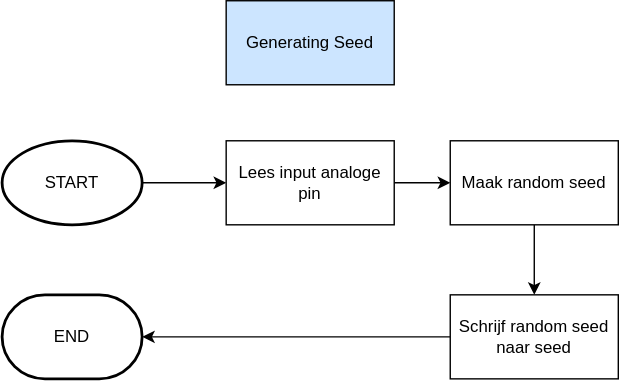
Before: assets/FlowChart-SeedGenerator.svg, a diagram exported from draw.io (747oli/Luchtkwaliteitssensor_analyse). Source tidied: cells renumbered, new cells last; positions are measured from the earlier drawing's top-left corner, leaving out a move shared by most shapes. The source it was exported from:
```xml
<mxGraphModel>
  <root>
    <mxCell id="0" />
    <mxCell id="1" parent="0" />
    <mxCell id="2" value="Generating Seed" style="rounded=0;whiteSpace=wrap;html=1;fillColor=#CCE5FF;" parent="1" vertex="1">
      <mxGeometry x="160" width="120" height="60" as="geometry" />
    </mxCell>
    <mxCell id="3" style="edgeStyle=orthogonalEdgeStyle;rounded=0;jettySize=auto;html=1;" parent="1" edge="1" source="4" target="10">
      <mxGeometry relative="1" as="geometry" />
    </mxCell>
    <mxCell id="4" value="Maak random seed" style="rounded=0;whiteSpace=wrap;html=1;" parent="1" vertex="1">
      <mxGeometry x="320" y="100" width="120" height="60" as="geometry" />
    </mxCell>
    <mxCell id="5" style="edgeStyle=orthogonalEdgeStyle;rounded=0;jettySize=auto;html=1;" parent="1" edge="1" source="6" target="8">
      <mxGeometry relative="1" as="geometry" />
    </mxCell>
    <mxCell id="6" value="START" style="strokeWidth=2;html=1;shape=mxgraph.flowchart.start_1;whiteSpace=wrap;" parent="1" vertex="1">
      <mxGeometry y="100" width="100" height="60" as="geometry" />
    </mxCell>
    <mxCell id="7" style="edgeStyle=orthogonalEdgeStyle;rounded=0;jettySize=auto;html=1;" parent="1" edge="1" source="8" target="4">
      <mxGeometry relative="1" as="geometry" />
    </mxCell>
    <mxCell id="8" value="Lees input analoge pin" style="rounded=0;whiteSpace=wrap;html=1;" parent="1" vertex="1">
      <mxGeometry x="160" y="100" width="120" height="60" as="geometry" />
    </mxCell>
    <mxCell id="9" style="edgeStyle=orthogonalEdgeStyle;rounded=0;jettySize=auto;html=1;exitX=0;exitY=0.5;exitDx=0;exitDy=0;entryX=1;entryY=0.5;entryDx=0;entryDy=0;entryPerimeter=0;" parent="1" edge="1" source="10" target="11">
      <mxGeometry relative="1" as="geometry" />
    </mxCell>
    <mxCell id="10" value="Schrijf random seed naar seed" style="rounded=0;whiteSpace=wrap;html=1;" parent="1" vertex="1">
      <mxGeometry x="320" y="210" width="120" height="60" as="geometry" />
    </mxCell>
    <mxCell id="11" value="END" style="strokeWidth=2;html=1;shape=mxgraph.flowchart.terminator;whiteSpace=wrap;" parent="1" vertex="1">
      <mxGeometry y="210" width="100" height="60" as="geometry" />
    </mxCell>
  </root>
</mxGraphModel>
```
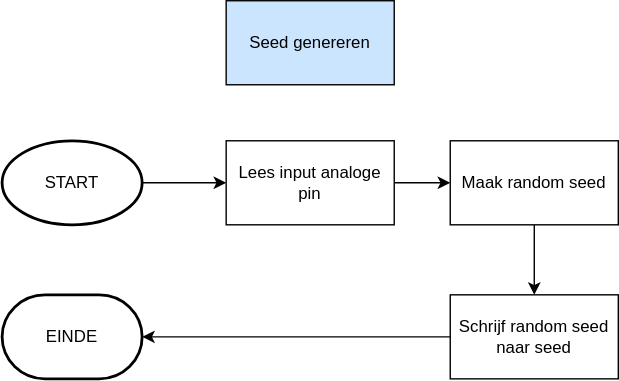
Later version of the same file.

Diff of the diagram source:
```diff
@@ -2,7 +2,7 @@
   <root>
     <mxCell id="0" />
     <mxCell id="1" parent="0" />
-    <mxCell id="2" value="Generating Seed" style="rounded=0;whiteSpace=wrap;html=1;fillColor=#CCE5FF;" parent="1" vertex="1">
+    <mxCell id="2" value="Seed genereren" style="rounded=0;whiteSpace=wrap;html=1;fillColor=#CCE5FF;" parent="1" vertex="1">
       <mxGeometry x="160" width="120" height="60" as="geometry" />
     </mxCell>
     <mxCell id="3" style="edgeStyle=orthogonalEdgeStyle;rounded=0;jettySize=auto;html=1;" parent="1" edge="1" source="4" target="10">
@@ -29,7 +29,7 @@
     <mxCell id="10" value="Schrijf random seed naar seed" style="rounded=0;whiteSpace=wrap;html=1;" parent="1" vertex="1">
       <mxGeometry x="320" y="210" width="120" height="60" as="geometry" />
     </mxCell>
-    <mxCell id="11" value="END" style="strokeWidth=2;html=1;shape=mxgraph.flowchart.terminator;whiteSpace=wrap;" parent="1" vertex="1">
+    <mxCell id="11" value="EINDE" style="strokeWidth=2;html=1;shape=mxgraph.flowchart.terminator;whiteSpace=wrap;" parent="1" vertex="1">
       <mxGeometry y="210" width="100" height="60" as="geometry" />
     </mxCell>
   </root>
```
